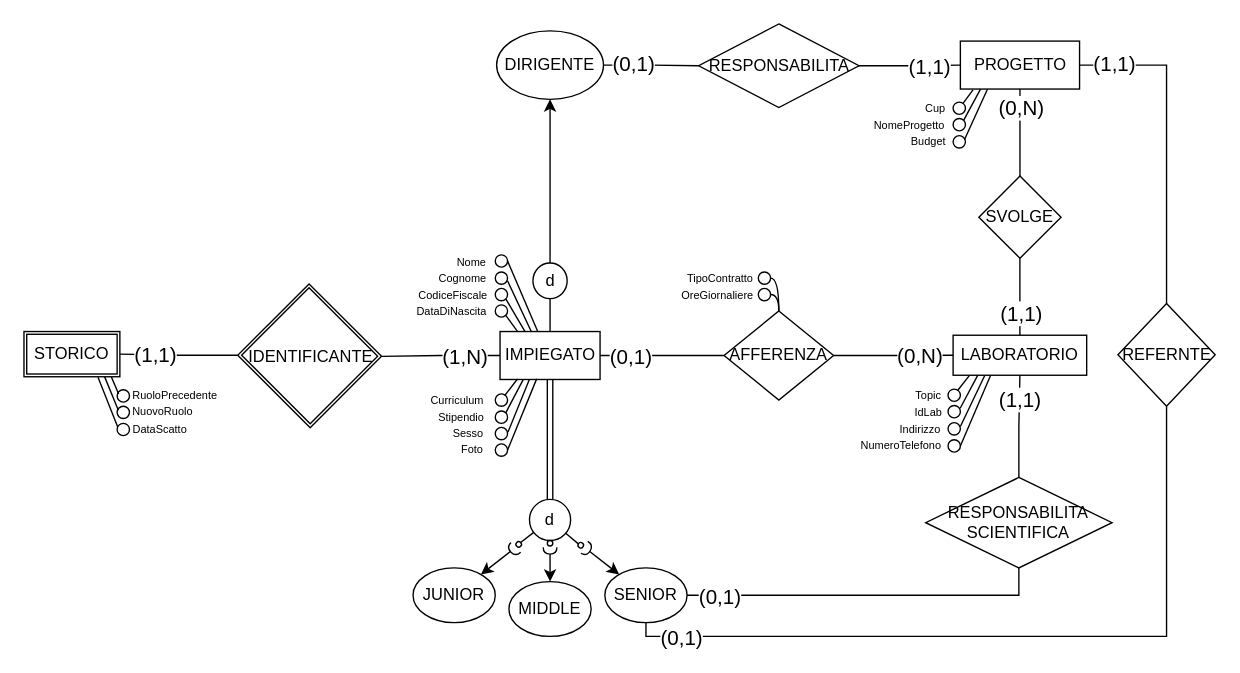
Earlier version of the draw.io diagram DIAGRAMMI E MAPPING/Concettuale/CONCETTUALE E:R .drawio (terrecruis/Progetto-Azienda). Source tidied: cells renumbered, new cells numbered last; positions are measured from the earlier drawing's top-left corner, leaving out a move shared by most shapes. Both pictures are drawn from the tidied source at 137%, with x=0, y=0 at pixel (23, 23).
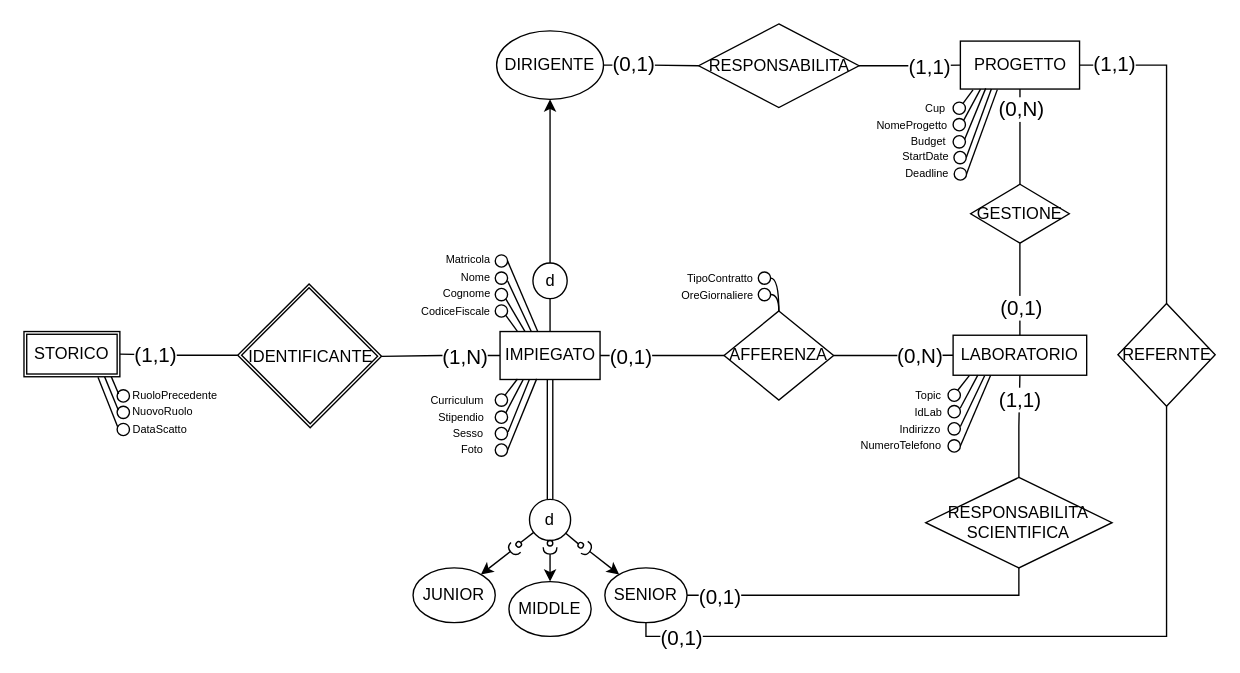
The same page after the edit.

Commit message (it also covers changes not shown here):
fix del modello E/R in linea con l'UML

The change refers to these unchanged cells:
```xml
<mxCell id="6" style="edgeStyle=orthogonalEdgeStyle;rounded=0;jettySize=auto;html=1;endArrow=none;endFill=0;exitX=0.5;exitY=0;exitDx=0;exitDy=0;labelBackgroundColor=none;fontColor=default;" parent="1" edge="1" source="50" target="29">
  <mxGeometry relative="1" as="geometry" />
</mxCell>
<mxCell id="51" value="PROGETTO" style="rounded=0;whiteSpace=wrap;html=1;labelBackgroundColor=none;" parent="1" vertex="1">
  <mxGeometry x="683.5" y="12.5" width="87" height="35" as="geometry" />
</mxCell>
<mxCell id="93" style="ellipse;whiteSpace=wrap;html=1;" parent="1" vertex="1">
  <mxGeometry x="678.2" y="81.5" width="9" height="9" as="geometry" />
</mxCell>
```

Diff of the diagram source:
```diff
@@
-    <mxCell id="7" value="(1,1)" style="edgeLabel;html=1;align=center;verticalAlign=middle;fontSize=15;" parent="6" vertex="1">
+    <mxCell id="7" value="(0,1)" style="edgeLabel;html=1;align=center;verticalAlign=middle;fontSize=15;" parent="6" vertex="1">
       <mxGeometry x="-0.38" y="-1" relative="1" as="geometry" />
     </mxCell>
@@
-    <mxCell id="29" value="SVOLGE" style="rhombus;whiteSpace=wrap;html=1;rounded=0;labelBackgroundColor=none;" parent="1" vertex="1">
-      <mxGeometry x="697" y="111" width="60" height="60" as="geometry" />
+    <mxCell id="29" value="GESTIONE" style="rhombus;whiteSpace=wrap;html=1;rounded=0;labelBackgroundColor=none;" parent="1" vertex="1">
+      <mxGeometry x="691" y="117" width="72" height="43" as="geometry" />
     </mxCell>
@@
     <mxCell id="68" value="&lt;font style=&quot;font-size: 8px;&quot;&gt;Nome&lt;/font&gt;" style="text;html=1;strokeColor=none;fillColor=none;align=center;verticalAlign=middle;whiteSpace=wrap;rounded=0;fontSize=10;" parent="1" vertex="1">
-      <mxGeometry x="297" y="158" width="60" height="30" as="geometry" />
+      <mxGeometry x="310" y="176" width="40" height="15" as="geometry" />
     </mxCell>
     <mxCell id="69" value="Cognome" style="text;html=1;align=center;verticalAlign=middle;strokeColor=none;fillColor=none;fontSize=8;" parent="1" vertex="1">
-      <mxGeometry x="293" y="174.5" width="53" height="22" as="geometry" />
+      <mxGeometry x="296" y="186" width="53" height="22" as="geometry" />
     </mxCell>
     <mxCell id="70" value="CodiceFiscale" style="text;html=1;align=center;verticalAlign=middle;strokeColor=none;fillColor=none;fontSize=8;" parent="1" vertex="1">
-      <mxGeometry x="278.5" y="186.5" width="68" height="22" as="geometry" />
+      <mxGeometry x="281" y="199" width="68" height="22" as="geometry" />
     </mxCell>
-    <mxCell id="71" value="DataDiNascita" style="text;html=1;align=center;verticalAlign=middle;strokeColor=none;fillColor=none;fontSize=8;" parent="1" vertex="1">
-      <mxGeometry x="277.5" y="198.5" width="69" height="22" as="geometry" />
-    </mxCell>
@@
-    <mxCell id="96" style="endArrow=none;html=1;rounded=0;fontSize=8;entryX=0.227;entryY=1.005;entryDx=0;entryDy=0;exitX=0.929;exitY=0.321;exitDx=0;exitDy=0;exitPerimeter=0;entryPerimeter=0;" parent="1" edge="1" source="93" target="51">
-      <mxGeometry relative="1" as="geometry" />
+    <mxCell id="96" style="endArrow=none;html=1;rounded=0;fontSize=8;exitX=0.929;exitY=0.321;exitDx=0;exitDy=0;exitPerimeter=0;" parent="1" edge="1" source="93">
+      <mxGeometry relative="1" as="geometry">
+        <mxPoint x="702" y="47" as="targetPoint" />
+      </mxGeometry>
     </mxCell>
@@
     <mxCell id="98" value="NomeProgetto" style="text;html=1;align=center;verticalAlign=middle;strokeColor=none;fillColor=none;fontSize=8;" parent="1" vertex="1">
-      <mxGeometry x="611" y="62.5" width="70" height="22" as="geometry" />
+      <mxGeometry x="613" y="62.5" width="70" height="22" as="geometry" />
     </mxCell>
@@
+    <mxCell id="116" style="ellipse;whiteSpace=wrap;html=1;" parent="1" vertex="1">
+      <mxGeometry x="678.8" y="93" width="9" height="9" as="geometry" />
+    </mxCell>
+    <mxCell id="117" style="ellipse;whiteSpace=wrap;html=1;" parent="1" vertex="1">
+      <mxGeometry x="679" y="105" width="9" height="9" as="geometry" />
+    </mxCell>
+    <mxCell id="118" style="endArrow=none;html=1;rounded=0;entryX=0.26;entryY=0.997;entryDx=0;entryDy=0;entryPerimeter=0;exitX=1;exitY=0.5;exitDx=0;exitDy=0;" parent="1" edge="1" source="116" target="51">
+      <mxGeometry relative="1" as="geometry" />
+    </mxCell>
+    <mxCell id="119" style="endArrow=none;html=1;rounded=0;exitX=1;exitY=0.5;exitDx=0;exitDy=0;entryX=0.31;entryY=1.012;entryDx=0;entryDy=0;entryPerimeter=0;" parent="1" edge="1" source="117" target="51">
+      <mxGeometry relative="1" as="geometry" />
+    </mxCell>
+    <mxCell id="120" value="&lt;font style=&quot;font-size: 8px;&quot;&gt;StartDate&lt;/font&gt;" style="text;html=1;align=center;verticalAlign=middle;strokeColor=none;fillColor=none;" parent="1" vertex="1">
+      <mxGeometry x="632" y="83" width="52" height="26" as="geometry" />
+    </mxCell>
+    <mxCell id="121" value="Deadline" style="text;html=1;align=center;verticalAlign=middle;strokeColor=none;fillColor=none;fontSize=8;" parent="1" vertex="1">
+      <mxGeometry x="634" y="98" width="50" height="22" as="geometry" />
+    </mxCell>
+    <mxCell id="122" value="Matricola" style="text;html=1;align=center;verticalAlign=middle;strokeColor=none;fillColor=none;fontSize=8;" parent="1" vertex="1">
+      <mxGeometry x="299" y="161" width="50" height="22" as="geometry" />
+    </mxCell>
```
